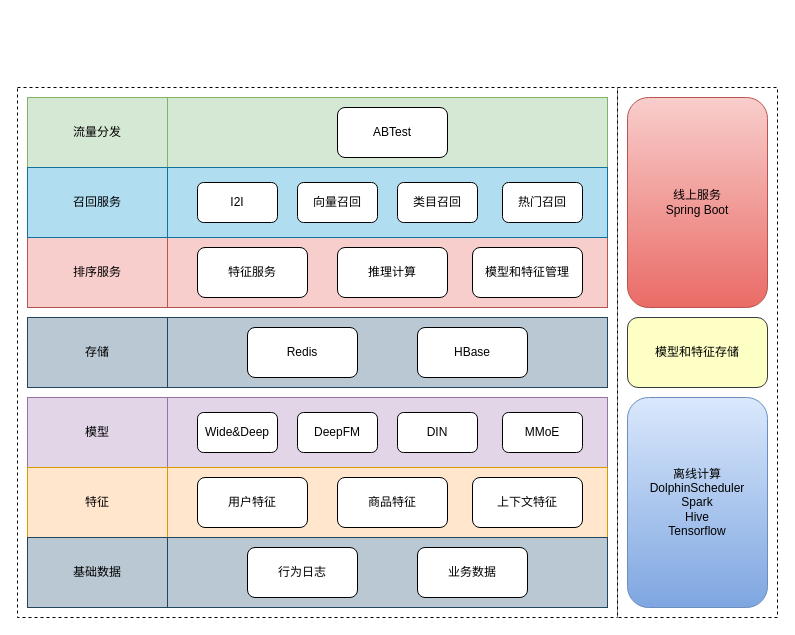
The draw.io diagram engineering/架构设计/三幅推荐系统架构设计.drawio in Wanke15/wanke15.github.io, before the edit. Source tidied: cells renumbered, new cells numbered last; positions are measured from the earlier drawing's top-left corner, leaving out a move shared by most shapes. Both pictures are drawn from the tidied source at 100%, with x=0, y=0 at pixel (17, 87).
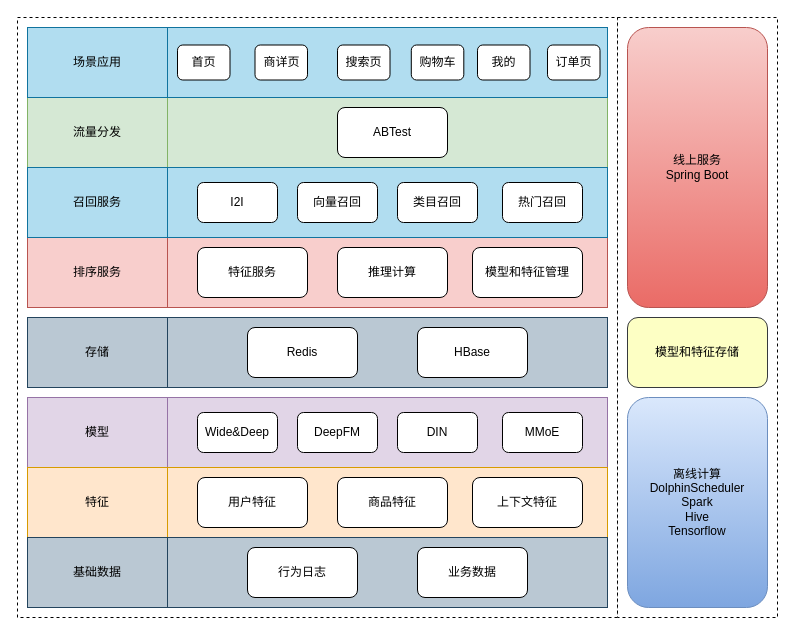
Above is the later version.

Commit message:
添加应用场景层

Change to the diagram source:
```diff
@@
     <mxCell id="2" style="rounded=0;whiteSpace=wrap;html=1;dashed=1;strokeWidth=1;perimeterSpacing=0;shadow=0;sketch=0;glass=0;" parent="1" vertex="1">
-      <mxGeometry width="600" height="530" as="geometry" />
+      <mxGeometry y="-70" width="600" height="600" as="geometry" />
     </mxCell>
@@
     <mxCell id="17" style="rounded=0;whiteSpace=wrap;html=1;dashed=1;strokeWidth=1;perimeterSpacing=0;shadow=0;sketch=0;glass=0;" parent="1" vertex="1">
-      <mxGeometry x="600" width="160" height="530" as="geometry" />
+      <mxGeometry x="600" y="-70" width="160" height="600" as="geometry" />
     </mxCell>
@@
     <mxCell id="39" value="线上服务&lt;br&gt;Spring Boot" style="rounded=1;whiteSpace=wrap;html=1;gradientColor=#ea6b66;fillColor=#f8cecc;strokeColor=#b85450;" parent="1" vertex="1">
-      <mxGeometry x="610" y="10" width="140" height="210" as="geometry" />
+      <mxGeometry x="610" y="-60" width="140" height="280" as="geometry" />
     </mxCell>
+    <mxCell id="40" value="场景应用" style="rounded=0;whiteSpace=wrap;html=1;fillColor=#b1ddf0;strokeColor=#10739e;" parent="1" vertex="1">
+      <mxGeometry x="10" y="-60" width="140" height="70" as="geometry" />
+    </mxCell>
+    <mxCell id="41" style="rounded=0;whiteSpace=wrap;html=1;fillColor=#b1ddf0;strokeColor=#10739e;" parent="1" vertex="1">
+      <mxGeometry x="150" y="-60" width="440" height="70" as="geometry" />
+    </mxCell>
+    <mxCell id="42" value="首页" style="rounded=1;whiteSpace=wrap;html=1;" parent="1" vertex="1">
+      <mxGeometry x="160" y="-42.5" width="52.5" height="35" as="geometry" />
+    </mxCell>
+    <mxCell id="43" value="商详页" style="rounded=1;whiteSpace=wrap;html=1;" parent="1" vertex="1">
+      <mxGeometry x="237.5" y="-42.5" width="52.5" height="35" as="geometry" />
+    </mxCell>
+    <mxCell id="44" value="搜索页" style="rounded=1;whiteSpace=wrap;html=1;" parent="1" vertex="1">
+      <mxGeometry x="320" y="-42.5" width="52.5" height="35" as="geometry" />
+    </mxCell>
+    <mxCell id="45" value="购物车" style="rounded=1;whiteSpace=wrap;html=1;" parent="1" vertex="1">
+      <mxGeometry x="393.8" y="-42.5" width="52.5" height="35" as="geometry" />
+    </mxCell>
+    <mxCell id="46" value="我的" style="rounded=1;whiteSpace=wrap;html=1;" parent="1" vertex="1">
+      <mxGeometry x="460" y="-42.5" width="52.5" height="35" as="geometry" />
+    </mxCell>
+    <mxCell id="47" value="订单页" style="rounded=1;whiteSpace=wrap;html=1;" parent="1" vertex="1">
+      <mxGeometry x="530" y="-42.5" width="52.5" height="35" as="geometry" />
+    </mxCell>
```
